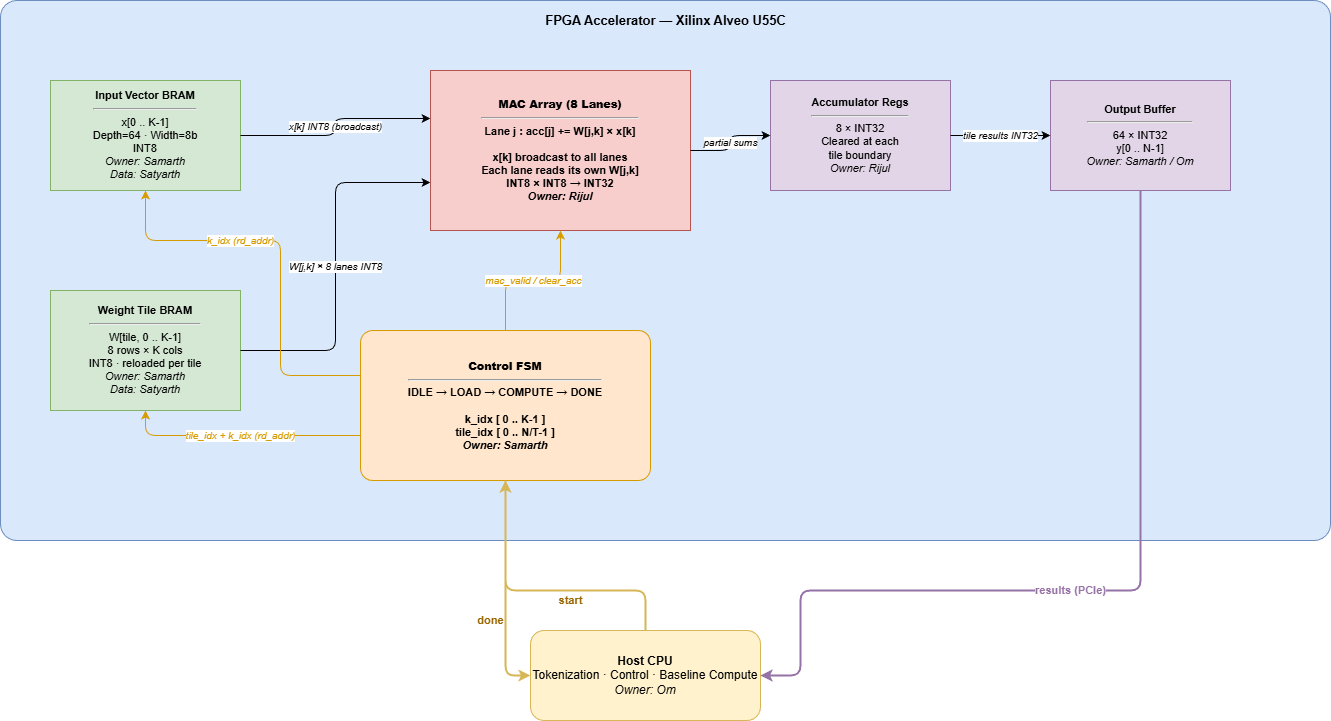
samarthbs27/Low-Precision-Transformer-Accelerator-for-Edge-LLMs keeps this draw.io diagram as docs/block_diagram.png. Above is the earlier version. Source tidied: cells renumbered, new cells last; positions are measured from the earlier drawing's top-left corner, leaving out a move shared by most shapes. The source it was exported from:
```xml
<mxGraphModel>
  <root>
    <mxCell id="0" />
    <mxCell id="1" parent="0" />
    <mxCell id="2" value="FPGA Accelerator — Xilinx Alveo U55C" style="html=1;text;strokeColor=#6c8ebf;fillColor=#dae8fc;align=center;verticalAlign=top;spacingTop=6;fontSize=13;fontStyle=1;rounded=1;arcSize=3;" parent="1" vertex="1">
      <mxGeometry width="1330" height="540" as="geometry" />
    </mxCell>
    <mxCell id="3" value="&lt;b&gt;Host CPU&lt;/b&gt;&lt;br&gt;Tokenization · Control · Baseline Compute&lt;br&gt;&lt;i&gt;Owner: Om&lt;/i&gt;" style="html=1;rounded=1;whiteSpace=wrap;fillColor=#fff2cc;strokeColor=#d6b656;fontSize=12;arcSize=15;" parent="1" vertex="1">
      <mxGeometry x="530" y="630" width="230" height="90" as="geometry" />
    </mxCell>
    <mxCell id="4" value="&lt;b&gt;Input Vector BRAM&lt;/b&gt;&lt;hr/&gt;x[0 .. K-1]&lt;br&gt;Depth=64 · Width=8b&lt;br&gt;INT8&lt;br&gt;&lt;i&gt;Owner: Samarth&lt;/i&gt;&lt;br&gt;&lt;i&gt;Data: Satyarth&lt;/i&gt;" style="html=1;rounded=0;whiteSpace=wrap;fillColor=#d5e8d4;strokeColor=#82b366;fontSize=11;" parent="1" vertex="1">
      <mxGeometry x="50" y="80" width="190" height="110" as="geometry" />
    </mxCell>
    <mxCell id="5" value="&lt;b&gt;Weight Tile BRAM&lt;/b&gt;&lt;hr/&gt;W[tile, 0 .. K-1]&lt;br&gt;8 rows × K cols&lt;br&gt;INT8 · reloaded per tile&lt;br&gt;&lt;i&gt;Owner: Samarth&lt;/i&gt;&lt;br&gt;&lt;i&gt;Data: Satyarth&lt;/i&gt;" style="html=1;rounded=0;whiteSpace=wrap;fillColor=#d5e8d4;strokeColor=#82b366;fontSize=11;" parent="1" vertex="1">
      <mxGeometry x="50" y="290" width="190" height="120" as="geometry" />
    </mxCell>
    <mxCell id="6" value="&lt;b&gt;Control FSM&lt;/b&gt;&lt;hr/&gt;IDLE → LOAD → COMPUTE → DONE&lt;br&gt;&lt;br&gt;k_idx [ 0 .. K-1 ]&lt;br&gt;tile_idx [ 0 .. N/T-1 ]&lt;br&gt;&lt;i&gt;Owner: Samarth&lt;/i&gt;" style="html=1;rounded=1;whiteSpace=wrap;fillColor=#ffe6cc;strokeColor=#d79b00;fontSize=11;fontStyle=1;arcSize=8;" parent="1" vertex="1">
      <mxGeometry x="360" y="330" width="290" height="150" as="geometry" />
    </mxCell>
    <mxCell id="7" value="&lt;b&gt;MAC Array (8 Lanes)&lt;/b&gt;&lt;hr/&gt;Lane j : acc[j] += W[j,k] × x[k]&lt;br&gt;&lt;br&gt;x[k] broadcast to all lanes&lt;br&gt;Each lane reads its own W[j,k]&lt;br&gt;INT8 × INT8 → INT32&lt;br&gt;&lt;i&gt;Owner: Rijul&lt;/i&gt;" style="html=1;rounded=0;whiteSpace=wrap;fillColor=#f8cecc;strokeColor=#b85450;fontSize=11;fontStyle=1;" parent="1" vertex="1">
      <mxGeometry x="430" y="70" width="260" height="160" as="geometry" />
    </mxCell>
    <mxCell id="8" value="&lt;b&gt;Accumulator Regs&lt;/b&gt;&lt;hr/&gt;8 × INT32&lt;br&gt;Cleared at each&lt;br&gt;tile boundary&lt;br&gt;&lt;i&gt;Owner: Rijul&lt;/i&gt;" style="html=1;rounded=0;whiteSpace=wrap;fillColor=#e1d5e7;strokeColor=#9673a6;fontSize=11;" parent="1" vertex="1">
      <mxGeometry x="770" y="80" width="180" height="110" as="geometry" />
    </mxCell>
    <mxCell id="9" value="&lt;b&gt;Output Buffer&lt;/b&gt;&lt;hr/&gt;64 × INT32&lt;br&gt;y[0 .. N-1]&lt;br&gt;&lt;i&gt;Owner: Samarth / Om&lt;/i&gt;" style="html=1;rounded=0;whiteSpace=wrap;fillColor=#e1d5e7;strokeColor=#9673a6;fontSize=11;" parent="1" vertex="1">
      <mxGeometry x="1050" y="80" width="180" height="110" as="geometry" />
    </mxCell>
    <mxCell id="10" value="x[k] INT8 (broadcast)" style="html=1;edgeStyle=orthogonalEdgeStyle;fontSize=10;fontStyle=2;exitX=1;exitY=0.5;exitDx=0;exitDy=0;entryX=0;entryY=0.3;entryDx=0;entryDy=0;" parent="1" edge="1" source="4" target="7">
      <mxGeometry relative="1" as="geometry" />
    </mxCell>
    <mxCell id="11" value="W[j,k] × 8 lanes INT8" style="html=1;edgeStyle=orthogonalEdgeStyle;fontSize=10;fontStyle=2;exitX=1;exitY=0.5;exitDx=0;exitDy=0;entryX=0;entryY=0.7;entryDx=0;entryDy=0;" parent="1" edge="1" source="5" target="7">
      <mxGeometry relative="1" as="geometry" />
    </mxCell>
    <mxCell id="12" value="partial sums" style="html=1;edgeStyle=orthogonalEdgeStyle;fontSize=10;fontStyle=2;" parent="1" edge="1" source="7" target="8">
      <mxGeometry relative="1" as="geometry" />
    </mxCell>
    <mxCell id="13" value="tile results INT32" style="html=1;edgeStyle=orthogonalEdgeStyle;fontSize=10;fontStyle=2;" parent="1" edge="1" source="8" target="9">
      <mxGeometry relative="1" as="geometry" />
    </mxCell>
    <mxCell id="14" value="mac_valid / clear_acc" style="html=1;edgeStyle=orthogonalEdgeStyle;fontSize=10;fontStyle=2;strokeColor=#d79b00;fontColor=#d79b00;exitX=0.5;exitY=0;exitDx=0;exitDy=0;entryX=0.5;entryY=1;entryDx=0;entryDy=0;" parent="1" edge="1" source="6" target="7">
      <mxGeometry relative="1" as="geometry" />
    </mxCell>
    <mxCell id="15" value="k_idx (rd_addr)" style="html=1;edgeStyle=orthogonalEdgeStyle;fontSize=10;fontStyle=2;strokeColor=#d79b00;fontColor=#d79b00;exitX=0;exitY=0.3;exitDx=0;exitDy=0;entryX=0.5;entryY=1;entryDx=0;entryDy=0;" parent="1" edge="1" source="6" target="4">
      <mxGeometry x="0.28" relative="1" as="geometry">
        <Array as="points">
          <mxPoint x="280" y="375" />
          <mxPoint x="280" y="240" />
          <mxPoint x="145" y="240" />
        </Array>
      </mxGeometry>
    </mxCell>
    <mxCell id="16" value="tile_idx + k_idx (rd_addr)" style="html=1;edgeStyle=orthogonalEdgeStyle;fontSize=10;fontStyle=2;strokeColor=#d79b00;fontColor=#d79b00;exitX=0;exitY=0.7;exitDx=0;exitDy=0;entryX=0.5;entryY=1;entryDx=0;entryDy=0;" parent="1" edge="1" source="6" target="5">
      <mxGeometry relative="1" as="geometry" />
    </mxCell>
    <mxCell id="17" value="start" style="html=1;edgeStyle=orthogonalEdgeStyle;fontSize=11;fontStyle=1;strokeColor=#d6b656;fontColor=#996600;strokeWidth=2;exitX=0.5;exitY=0;exitDx=0;exitDy=0;entryX=0.5;entryY=1;entryDx=0;entryDy=0;" parent="1" edge="1" source="3" target="6">
      <mxGeometry x="-0.21" y="10" relative="1" as="geometry">
        <Array as="points">
          <mxPoint x="645" y="590" />
          <mxPoint x="505" y="590" />
          <mxPoint x="505" y="480" />
        </Array>
      </mxGeometry>
    </mxCell>
    <mxCell id="18" value="done" style="html=1;edgeStyle=orthogonalEdgeStyle;fontSize=11;fontStyle=1;strokeColor=#d6b656;fontColor=#996600;strokeWidth=2;exitX=0.5;exitY=1;exitDx=0;exitDy=0;entryX=0;entryY=0.5;entryDx=0;entryDy=0;" parent="1" edge="1" source="6" target="3">
      <mxGeometry x="0.27" y="-15" relative="1" as="geometry">
        <Array as="points">
          <mxPoint x="505" y="570" />
          <mxPoint x="505" y="675" />
        </Array>
      </mxGeometry>
    </mxCell>
    <mxCell id="19" value="results (PCIe)" style="html=1;edgeStyle=orthogonalEdgeStyle;fontSize=11;fontStyle=1;strokeColor=#9673a6;fontColor=#9673a6;strokeWidth=2;exitX=0.5;exitY=1;exitDx=0;exitDy=0;entryX=1;entryY=0.5;entryDx=0;entryDy=0;" parent="1" edge="1" source="9" target="3">
      <mxGeometry x="0.09" relative="1" as="geometry">
        <Array as="points">
          <mxPoint x="1140" y="590" />
          <mxPoint x="800" y="590" />
          <mxPoint x="800" y="675" />
        </Array>
      </mxGeometry>
    </mxCell>
  </root>
</mxGraphModel>
```
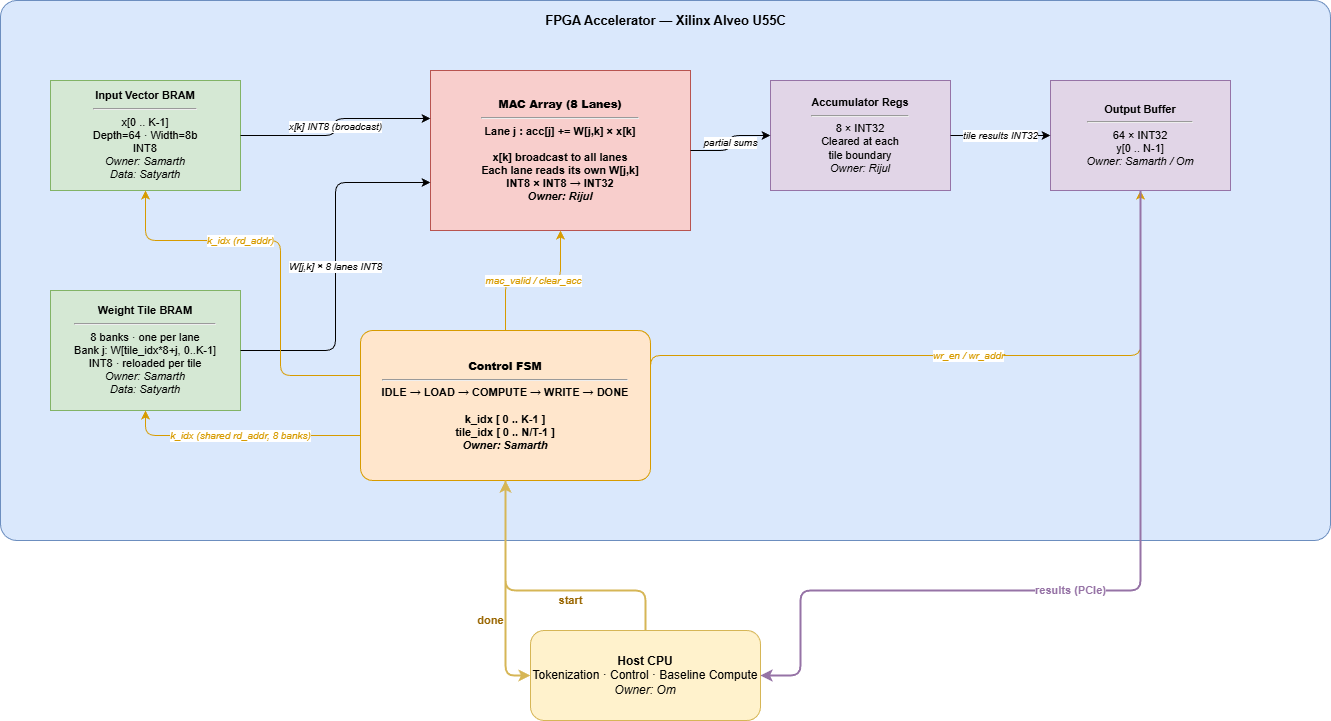
After the commit.

Commit message:
Updated block diagram and md

Change to the diagram source:
```diff
@@ -11,10 +11,10 @@
     <mxCell id="4" value="&lt;b&gt;Input Vector BRAM&lt;/b&gt;&lt;hr/&gt;x[0 .. K-1]&lt;br&gt;Depth=64 · Width=8b&lt;br&gt;INT8&lt;br&gt;&lt;i&gt;Owner: Samarth&lt;/i&gt;&lt;br&gt;&lt;i&gt;Data: Satyarth&lt;/i&gt;" style="html=1;rounded=0;whiteSpace=wrap;fillColor=#d5e8d4;strokeColor=#82b366;fontSize=11;" parent="1" vertex="1">
       <mxGeometry x="50" y="80" width="190" height="110" as="geometry" />
     </mxCell>
-    <mxCell id="5" value="&lt;b&gt;Weight Tile BRAM&lt;/b&gt;&lt;hr/&gt;W[tile, 0 .. K-1]&lt;br&gt;8 rows × K cols&lt;br&gt;INT8 · reloaded per tile&lt;br&gt;&lt;i&gt;Owner: Samarth&lt;/i&gt;&lt;br&gt;&lt;i&gt;Data: Satyarth&lt;/i&gt;" style="html=1;rounded=0;whiteSpace=wrap;fillColor=#d5e8d4;strokeColor=#82b366;fontSize=11;" parent="1" vertex="1">
+    <mxCell id="5" value="&lt;b&gt;Weight Tile BRAM&lt;/b&gt;&lt;hr/&gt;8 banks · one per lane&lt;br&gt;Bank j: W[tile_idx*8+j, 0..K-1]&lt;br&gt;INT8 · reloaded per tile&lt;br&gt;&lt;i&gt;Owner: Samarth&lt;/i&gt;&lt;br&gt;&lt;i&gt;Data: Satyarth&lt;/i&gt;" style="html=1;rounded=0;whiteSpace=wrap;fillColor=#d5e8d4;strokeColor=#82b366;fontSize=11;" parent="1" vertex="1">
       <mxGeometry x="50" y="290" width="190" height="120" as="geometry" />
     </mxCell>
-    <mxCell id="6" value="&lt;b&gt;Control FSM&lt;/b&gt;&lt;hr/&gt;IDLE → LOAD → COMPUTE → DONE&lt;br&gt;&lt;br&gt;k_idx [ 0 .. K-1 ]&lt;br&gt;tile_idx [ 0 .. N/T-1 ]&lt;br&gt;&lt;i&gt;Owner: Samarth&lt;/i&gt;" style="html=1;rounded=1;whiteSpace=wrap;fillColor=#ffe6cc;strokeColor=#d79b00;fontSize=11;fontStyle=1;arcSize=8;" parent="1" vertex="1">
+    <mxCell id="6" value="&lt;b&gt;Control FSM&lt;/b&gt;&lt;hr/&gt;IDLE → LOAD → COMPUTE → WRITE → DONE&lt;br&gt;&lt;br&gt;k_idx [ 0 .. K-1 ]&lt;br&gt;tile_idx [ 0 .. N/T-1 ]&lt;br&gt;&lt;i&gt;Owner: Samarth&lt;/i&gt;" style="html=1;rounded=1;whiteSpace=wrap;fillColor=#ffe6cc;strokeColor=#d79b00;fontSize=11;fontStyle=1;arcSize=8;" parent="1" vertex="1">
       <mxGeometry x="360" y="330" width="290" height="150" as="geometry" />
     </mxCell>
     <mxCell id="7" value="&lt;b&gt;MAC Array (8 Lanes)&lt;/b&gt;&lt;hr/&gt;Lane j : acc[j] += W[j,k] × x[k]&lt;br&gt;&lt;br&gt;x[k] broadcast to all lanes&lt;br&gt;Each lane reads its own W[j,k]&lt;br&gt;INT8 × INT8 → INT32&lt;br&gt;&lt;i&gt;Owner: Rijul&lt;/i&gt;" style="html=1;rounded=0;whiteSpace=wrap;fillColor=#f8cecc;strokeColor=#b85450;fontSize=11;fontStyle=1;" parent="1" vertex="1">
@@ -50,7 +50,7 @@
         </Array>
       </mxGeometry>
     </mxCell>
-    <mxCell id="16" value="tile_idx + k_idx (rd_addr)" style="html=1;edgeStyle=orthogonalEdgeStyle;fontSize=10;fontStyle=2;strokeColor=#d79b00;fontColor=#d79b00;exitX=0;exitY=0.7;exitDx=0;exitDy=0;entryX=0.5;entryY=1;entryDx=0;entryDy=0;" parent="1" edge="1" source="6" target="5">
+    <mxCell id="16" value="k_idx (shared rd_addr, 8 banks)" style="html=1;edgeStyle=orthogonalEdgeStyle;fontSize=10;fontStyle=2;strokeColor=#d79b00;fontColor=#d79b00;exitX=0;exitY=0.7;exitDx=0;exitDy=0;entryX=0.5;entryY=1;entryDx=0;entryDy=0;" parent="1" edge="1" source="6" target="5">
       <mxGeometry relative="1" as="geometry" />
     </mxCell>
     <mxCell id="17" value="start" style="html=1;edgeStyle=orthogonalEdgeStyle;fontSize=11;fontStyle=1;strokeColor=#d6b656;fontColor=#996600;strokeWidth=2;exitX=0.5;exitY=0;exitDx=0;exitDy=0;entryX=0.5;entryY=1;entryDx=0;entryDy=0;" parent="1" edge="1" source="3" target="6">
@@ -70,6 +70,15 @@
         </Array>
       </mxGeometry>
     </mxCell>
+    <mxCell id="20" value="wr_en / wr_addr" style="html=1;edgeStyle=orthogonalEdgeStyle;fontSize=10;fontStyle=2;strokeColor=#d79b00;fontColor=#d79b00;exitX=1;exitY=0.3;exitDx=0;exitDy=0;entryX=0.5;entryY=1;entryDx=0;entryDy=0;" parent="1" edge="1" source="6" target="9">
+      <mxGeometry relative="1" as="geometry">
+        <Array as="points">
+          <mxPoint x="720" y="355" />
+          <mxPoint x="1140" y="355" />
+          <mxPoint x="1140" y="190" />
+        </Array>
+      </mxGeometry>
+    </mxCell>
     <mxCell id="19" value="results (PCIe)" style="html=1;edgeStyle=orthogonalEdgeStyle;fontSize=11;fontStyle=1;strokeColor=#9673a6;fontColor=#9673a6;strokeWidth=2;exitX=0.5;exitY=1;exitDx=0;exitDy=0;entryX=1;entryY=0.5;entryDx=0;entryDy=0;" parent="1" edge="1" source="9" target="3">
       <mxGeometry x="0.09" relative="1" as="geometry">
         <Array as="points">
```
